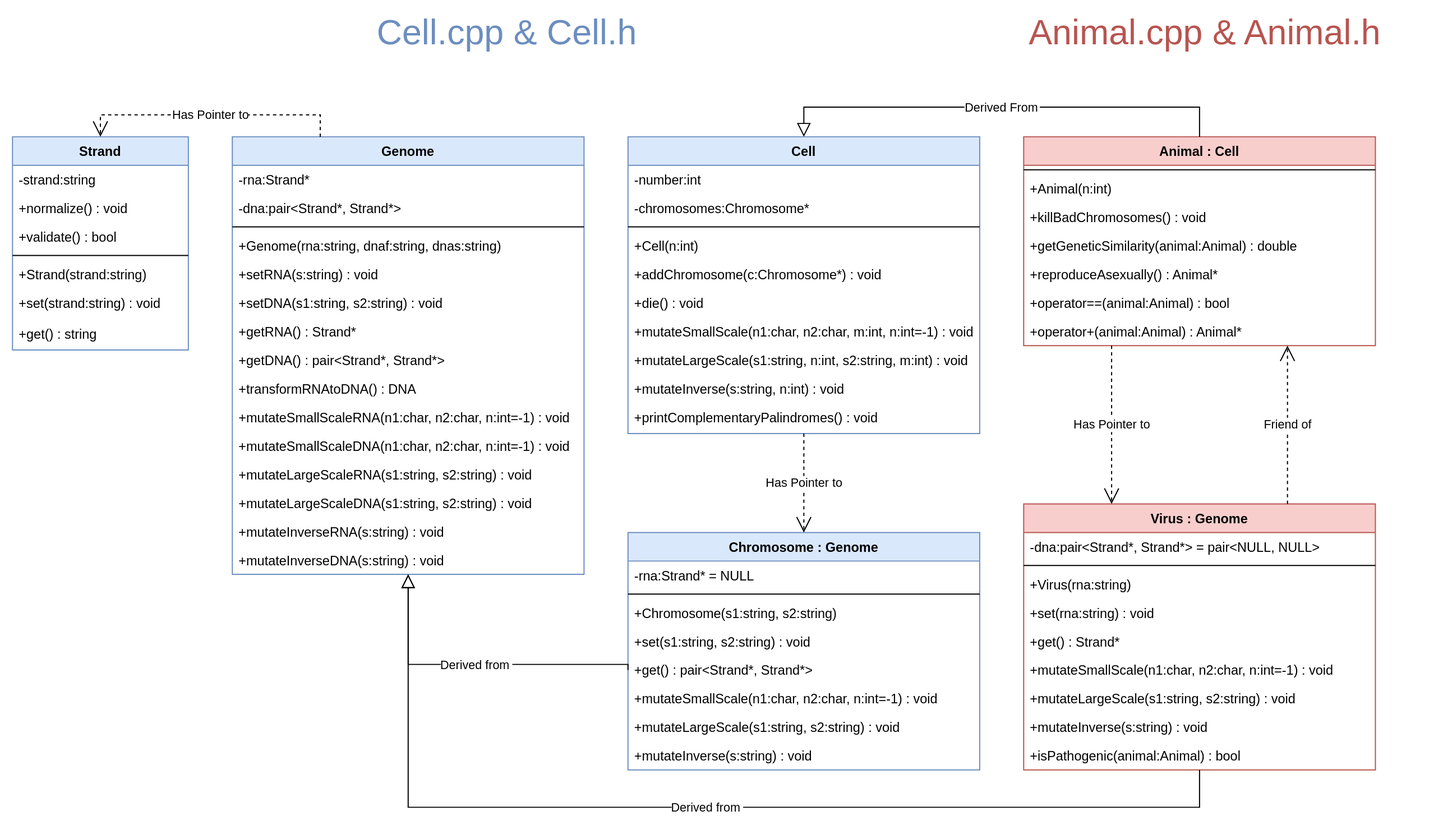
This is schema/classes.svg from k-forghani/class-of-life, a draw.io export, as it was before one commit. Source tidied: cells renumbered, new cells last; positions are measured from the earlier drawing's top-left corner, leaving out a move shared by most shapes.
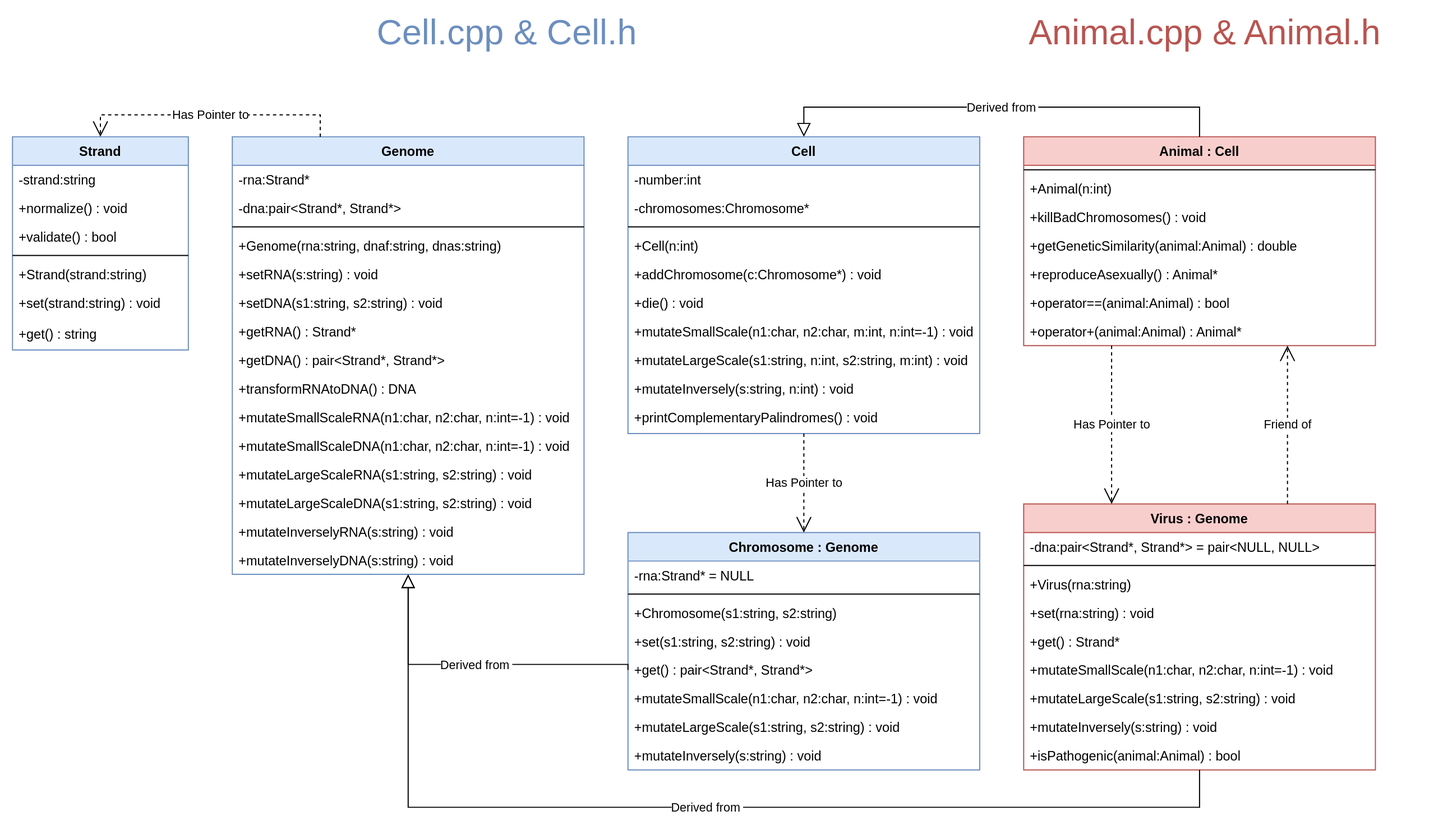
The same diagram one commit later.

Commit message:
Edited classes schema

Change to the diagram source:
```diff
@@ -44,10 +44,10 @@
     <mxCell id="15" value="+mutateLargeScaleDNA(s1:string, s2:string) : void" style="text;align=left;verticalAlign=top;spacingLeft=4;spacingRight=4;overflow=hidden;" parent="2" vertex="1">
       <mxGeometry y="320" width="320" height="26" as="geometry" />
     </mxCell>
-    <mxCell id="16" value="+mutateInverseRNA(s:string) : void" style="text;align=left;verticalAlign=top;spacingLeft=4;spacingRight=4;overflow=hidden;" parent="2" vertex="1">
+    <mxCell id="16" value="+mutateInverselyRNA(s:string) : void" style="text;align=left;verticalAlign=top;spacingLeft=4;spacingRight=4;overflow=hidden;" parent="2" vertex="1">
       <mxGeometry y="346" width="320" height="26" as="geometry" />
     </mxCell>
-    <mxCell id="17" value="+mutateInverseDNA(s:string) : void" style="text;align=left;verticalAlign=top;spacingLeft=4;spacingRight=4;overflow=hidden;" parent="2" vertex="1">
+    <mxCell id="17" value="+mutateInverselyDNA(s:string) : void" style="text;align=left;verticalAlign=top;spacingLeft=4;spacingRight=4;overflow=hidden;" parent="2" vertex="1">
       <mxGeometry y="372" width="320" height="26" as="geometry" />
     </mxCell>
     <mxCell id="18" value="Chromosome : Genome" style="swimlane;fontStyle=1;align=center;verticalAlign=top;horizontal=1;startSize=26;rounded=0;shadow=0;strokeWidth=1;fillColor=#dae8fc;strokeColor=#6c8ebf;swimlaneFillColor=default;" parent="1" vertex="1">
@@ -74,7 +74,7 @@
     <mxCell id="25" value="+mutateLargeScale(s1:string, s2:string) : void" style="text;align=left;verticalAlign=top;spacingLeft=4;spacingRight=4;overflow=hidden;" parent="18" vertex="1">
       <mxGeometry y="164" width="320" height="26" as="geometry" />
     </mxCell>
-    <mxCell id="26" value="+mutateInverse(s:string) : void" style="text;align=left;verticalAlign=top;spacingLeft=4;spacingRight=4;overflow=hidden;" parent="18" vertex="1">
+    <mxCell id="26" value="+mutateInversely(s:string) : void" style="text;align=left;verticalAlign=top;spacingLeft=4;spacingRight=4;overflow=hidden;" parent="18" vertex="1">
       <mxGeometry y="190" width="320" height="26" as="geometry" />
     </mxCell>
     <mxCell id="27" value="Derived from" style="endArrow=block;endSize=10;endFill=0;shadow=0;strokeWidth=1;rounded=0;edgeStyle=elbowEdgeStyle;elbow=vertical;exitX=0;exitY=0.5;exitDx=0;exitDy=0;entryX=0.5;entryY=1;entryDx=0;entryDy=0;" parent="1" edge="1" source="23" target="2">
@@ -136,7 +136,7 @@
     <mxCell id="44" value="+mutateLargeScale(s1:string, n:int, s2:string, m:int) : void" style="text;align=left;verticalAlign=top;spacingLeft=4;spacingRight=4;overflow=hidden;" parent="36" vertex="1">
       <mxGeometry y="190" width="320" height="26" as="geometry" />
     </mxCell>
-    <mxCell id="45" value="+mutateInverse(s:string, n:int) : void" style="text;align=left;verticalAlign=top;spacingLeft=4;spacingRight=4;overflow=hidden;" parent="36" vertex="1">
+    <mxCell id="45" value="+mutateInversely(s:string, n:int) : void" style="text;align=left;verticalAlign=top;spacingLeft=4;spacingRight=4;overflow=hidden;" parent="36" vertex="1">
       <mxGeometry y="216" width="320" height="26" as="geometry" />
     </mxCell>
     <mxCell id="46" value="+printComplementaryPalindromes() : void" style="text;align=left;verticalAlign=top;spacingLeft=4;spacingRight=4;overflow=hidden;" parent="36" vertex="1">
@@ -184,7 +184,7 @@
     <mxCell id="57" value="+mutateLargeScale(s1:string, s2:string) : void" style="text;align=left;verticalAlign=top;spacingLeft=4;spacingRight=4;overflow=hidden;" parent="50" vertex="1">
       <mxGeometry y="164" width="320" height="26" as="geometry" />
     </mxCell>
-    <mxCell id="58" value="+mutateInverse(s:string) : void" style="text;align=left;verticalAlign=top;spacingLeft=4;spacingRight=4;overflow=hidden;" parent="50" vertex="1">
+    <mxCell id="58" value="+mutateInversely(s:string) : void" style="text;align=left;verticalAlign=top;spacingLeft=4;spacingRight=4;overflow=hidden;" parent="50" vertex="1">
       <mxGeometry y="190" width="320" height="26" as="geometry" />
     </mxCell>
     <mxCell id="59" value="+isPathogenic(animal:Animal) : bool" style="text;align=left;verticalAlign=top;spacingLeft=4;spacingRight=4;overflow=hidden;" parent="50" vertex="1">
@@ -223,7 +223,7 @@
     <mxCell id="70" value="Friend of" style="endArrow=open;endSize=12;dashed=1;html=1;rounded=0;entryX=0.75;entryY=1;entryDx=0;entryDy=0;exitX=0.75;exitY=0;exitDx=0;exitDy=0;" parent="1" edge="1" source="50" target="60">
       <mxGeometry relative="1" as="geometry" />
     </mxCell>
-    <mxCell id="71" value="Derived From" style="endArrow=block;endSize=10;endFill=0;shadow=0;strokeWidth=1;rounded=0;edgeStyle=elbowEdgeStyle;elbow=vertical;entryX=0.5;entryY=0;entryDx=0;entryDy=0;exitX=0.5;exitY=0;exitDx=0;exitDy=0;" parent="1" edge="1" source="60" target="36">
+    <mxCell id="71" value="Derived from" style="endArrow=block;endSize=10;endFill=0;shadow=0;strokeWidth=1;rounded=0;edgeStyle=elbowEdgeStyle;elbow=vertical;entryX=0.5;entryY=0;entryDx=0;entryDy=0;exitX=0.5;exitY=0;exitDx=0;exitDy=0;" parent="1" edge="1" source="60" target="36">
       <mxGeometry relative="1" as="geometry">
         <Array as="points">
           <mxPoint x="900" y="83" />
```
